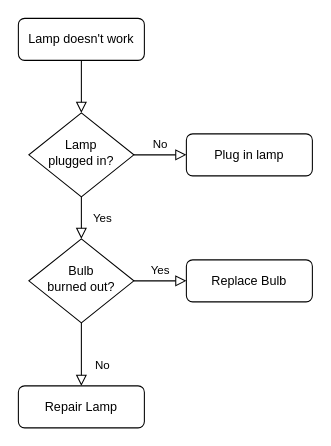
FungHK/Function keeps this draw.io diagram as 未命名绘图.drawio. Above is the earlier version. Source tidied: cells renumbered, new cells numbered last; positions are measured from the earlier drawing's top-left corner, leaving out a move shared by most shapes. Both pictures are drawn from the tidied source at 105%, with x=0, y=0 at pixel (18, 18).
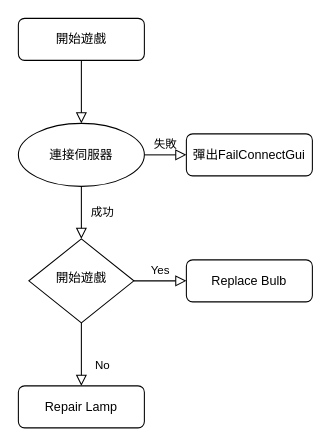
The same page after the edit.

Commit message:
更新未命名绘图.drawio

The edit, as a diff of the source:
```diff
@@
 <mxGraphModel>
   <root>
     <mxCell id="0" />
     <mxCell id="1" parent="0" />
-    <mxCell id="2" style="rounded=0;html=1;jettySize=auto;fontSize=11;endArrow=block;endFill=0;endSize=8;strokeWidth=1;shadow=0;labelBackgroundColor=none;edgeStyle=orthogonalEdgeStyle;" parent="1" edge="1" source="3" target="6">
+    <mxCell id="2" style="rounded=0;html=1;jettySize=auto;fontSize=11;endArrow=block;endFill=0;endSize=8;strokeWidth=1;shadow=0;labelBackgroundColor=none;edgeStyle=orthogonalEdgeStyle;entryX=0.5;entryY=0;entryDx=0;entryDy=0;" parent="1" edge="1" source="3" target="13">
       <mxGeometry relative="1" as="geometry" />
     </mxCell>
-    <mxCell id="3" value="Lamp doesn't work" style="rounded=1;whiteSpace=wrap;html=1;fontSize=12;glass=0;strokeWidth=1;shadow=0;" parent="1" vertex="1">
+    <mxCell id="3" value="開始遊戲" style="rounded=1;whiteSpace=wrap;html=1;fontSize=12;glass=0;strokeWidth=1;shadow=0;" parent="1" vertex="1">
       <mxGeometry width="120" height="40" as="geometry" />
     </mxCell>
-    <mxCell id="4" value="Yes" style="rounded=0;html=1;jettySize=auto;fontSize=11;endArrow=block;endFill=0;endSize=8;strokeWidth=1;shadow=0;labelBackgroundColor=none;edgeStyle=orthogonalEdgeStyle;" parent="1" edge="1" source="6" target="10">
+    <mxCell id="4" value="成功" style="rounded=0;html=1;jettySize=auto;fontSize=11;endArrow=block;endFill=0;endSize=8;strokeWidth=1;shadow=0;labelBackgroundColor=none;edgeStyle=orthogonalEdgeStyle;exitX=0.5;exitY=1;exitDx=0;exitDy=0;" parent="1" edge="1" source="13" target="10">
       <mxGeometry y="20" relative="1" as="geometry" />
     </mxCell>
-    <mxCell id="5" value="No" style="edgeStyle=orthogonalEdgeStyle;rounded=0;html=1;jettySize=auto;fontSize=11;endArrow=block;endFill=0;endSize=8;strokeWidth=1;shadow=0;labelBackgroundColor=none;" parent="1" edge="1" source="6" target="7">
+    <mxCell id="5" value="失敗" style="edgeStyle=orthogonalEdgeStyle;rounded=0;html=1;jettySize=auto;fontSize=11;endArrow=block;endFill=0;endSize=8;strokeWidth=1;shadow=0;labelBackgroundColor=none;exitX=1;exitY=0.5;exitDx=0;exitDy=0;" parent="1" edge="1" source="13" target="7">
       <mxGeometry y="10" relative="1" as="geometry" />
     </mxCell>
-    <mxCell id="6" value="Lamp&lt;br&gt;plugged in?" style="rhombus;whiteSpace=wrap;html=1;shadow=0;fontFamily=Helvetica;fontSize=12;align=center;strokeWidth=1;spacing=6;spacingTop=-4;" parent="1" vertex="1">
-      <mxGeometry x="10" y="90" width="100" height="80" as="geometry" />
-    </mxCell>
-    <mxCell id="7" value="Plug in lamp" style="rounded=1;whiteSpace=wrap;html=1;fontSize=12;glass=0;strokeWidth=1;shadow=0;" parent="1" vertex="1">
+    <mxCell id="7" value="彈出FailConnectGui" style="rounded=1;whiteSpace=wrap;html=1;fontSize=12;glass=0;strokeWidth=1;shadow=0;" parent="1" vertex="1">
       <mxGeometry x="160" y="110" width="120" height="40" as="geometry" />
     </mxCell>
     <mxCell id="8" value="No" style="rounded=0;html=1;jettySize=auto;fontSize=11;endArrow=block;endFill=0;endSize=8;strokeWidth=1;shadow=0;labelBackgroundColor=none;edgeStyle=orthogonalEdgeStyle;" parent="1" edge="1" source="10" target="11">
       <mxGeometry x="0.33" y="20" relative="1" as="geometry" />
     </mxCell>
     <mxCell id="9" value="Yes" style="edgeStyle=orthogonalEdgeStyle;rounded=0;html=1;jettySize=auto;fontSize=11;endArrow=block;endFill=0;endSize=8;strokeWidth=1;shadow=0;labelBackgroundColor=none;" parent="1" edge="1" source="10" target="12">
       <mxGeometry y="10" relative="1" as="geometry" />
     </mxCell>
-    <mxCell id="10" value="Bulb&lt;br&gt;burned out?" style="rhombus;whiteSpace=wrap;html=1;shadow=0;fontFamily=Helvetica;fontSize=12;align=center;strokeWidth=1;spacing=6;spacingTop=-4;" parent="1" vertex="1">
+    <mxCell id="10" value="開始遊戲" style="rhombus;whiteSpace=wrap;html=1;shadow=0;fontFamily=Helvetica;fontSize=12;align=center;strokeWidth=1;spacing=6;spacingTop=-4;" parent="1" vertex="1">
       <mxGeometry x="10" y="210" width="100" height="80" as="geometry" />
     </mxCell>
     <mxCell id="11" value="Repair Lamp" style="rounded=1;whiteSpace=wrap;html=1;fontSize=12;glass=0;strokeWidth=1;shadow=0;" parent="1" vertex="1">
       <mxGeometry y="350" width="120" height="40" as="geometry" />
     </mxCell>
     <mxCell id="12" value="Replace Bulb" style="rounded=1;whiteSpace=wrap;html=1;fontSize=12;glass=0;strokeWidth=1;shadow=0;" parent="1" vertex="1">
       <mxGeometry x="160" y="230" width="120" height="40" as="geometry" />
     </mxCell>
+    <mxCell id="13" value="連接伺服器" style="ellipse;whiteSpace=wrap;html=1;" parent="1" vertex="1">
+      <mxGeometry y="100" width="120" height="60" as="geometry" />
+    </mxCell>
   </root>
 </mxGraphModel>
```
